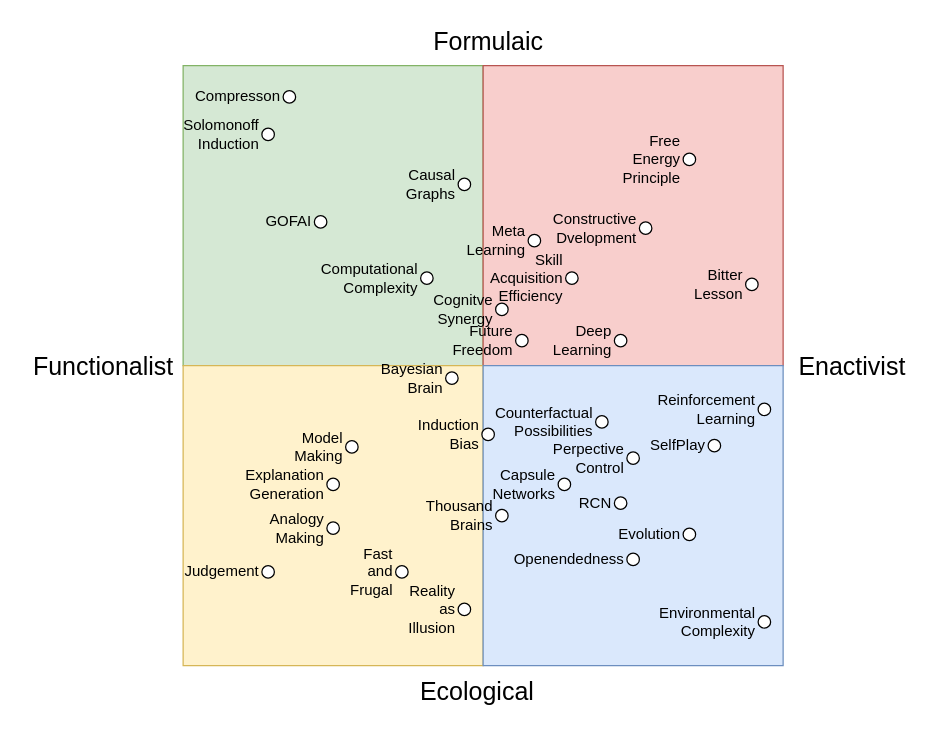
The draw.io diagram agenda_tribe.drawio in codeaudit/1, before the edit. Source tidied: cells renumbered, new cells numbered last; positions are measured from the earlier drawing's top-left corner, leaving out a move shared by most shapes. Both pictures are drawn from the tidied source at 125%, with x=0, y=0 at pixel (21, 21).
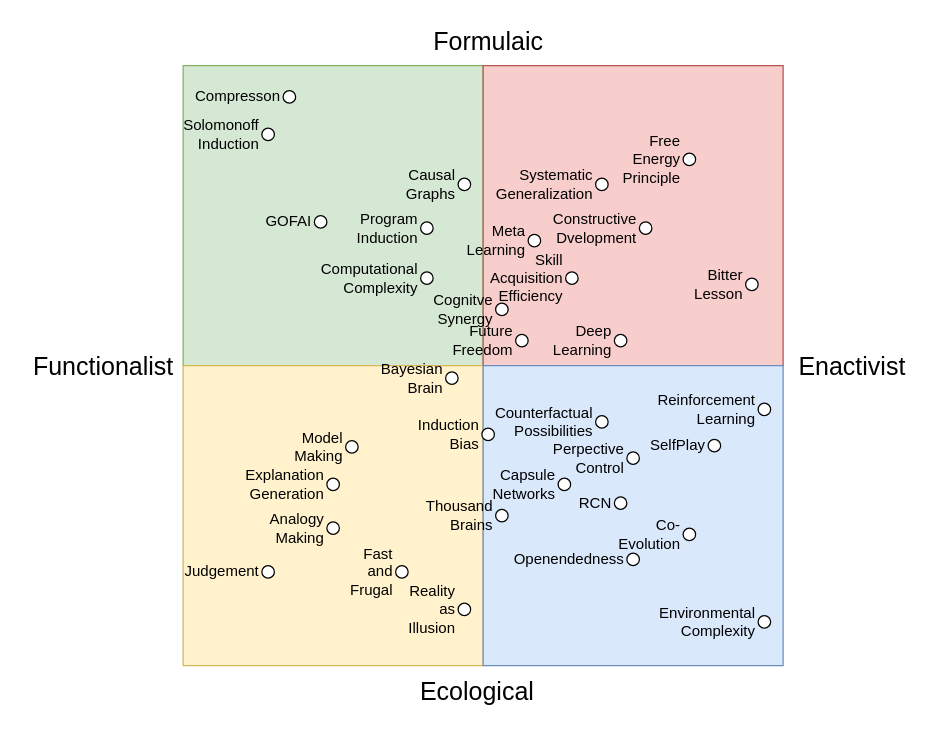
The same page after the edit.

What changed in the source:
```diff
@@
-    <mxCell id="29" value="Evolution" style="ellipse;whiteSpace=wrap;html=1;fontSize=12;labelPosition=left;verticalLabelPosition=middle;align=right;verticalAlign=middle;" parent="1" vertex="1">
+    <mxCell id="29" value="Co-Evolution" style="ellipse;whiteSpace=wrap;html=1;fontSize=12;labelPosition=left;verticalLabelPosition=middle;align=right;verticalAlign=middle;" parent="1" vertex="1">
       <mxGeometry x="529" y="405" width="10" height="10" as="geometry" />
     </mxCell>
@@
+    <mxCell id="41" value="Systematic&lt;br&gt;Generalization" style="ellipse;whiteSpace=wrap;html=1;fontSize=12;labelPosition=left;verticalLabelPosition=middle;align=right;verticalAlign=middle;" parent="1" vertex="1">
+      <mxGeometry x="459" y="125" width="10" height="10" as="geometry" />
+    </mxCell>
+    <mxCell id="42" value="Program&lt;br&gt;Induction" style="ellipse;whiteSpace=wrap;html=1;fontSize=12;labelPosition=left;verticalLabelPosition=middle;align=right;verticalAlign=middle;" parent="1" vertex="1">
+      <mxGeometry x="319" y="160" width="10" height="10" as="geometry" />
+    </mxCell>
```
